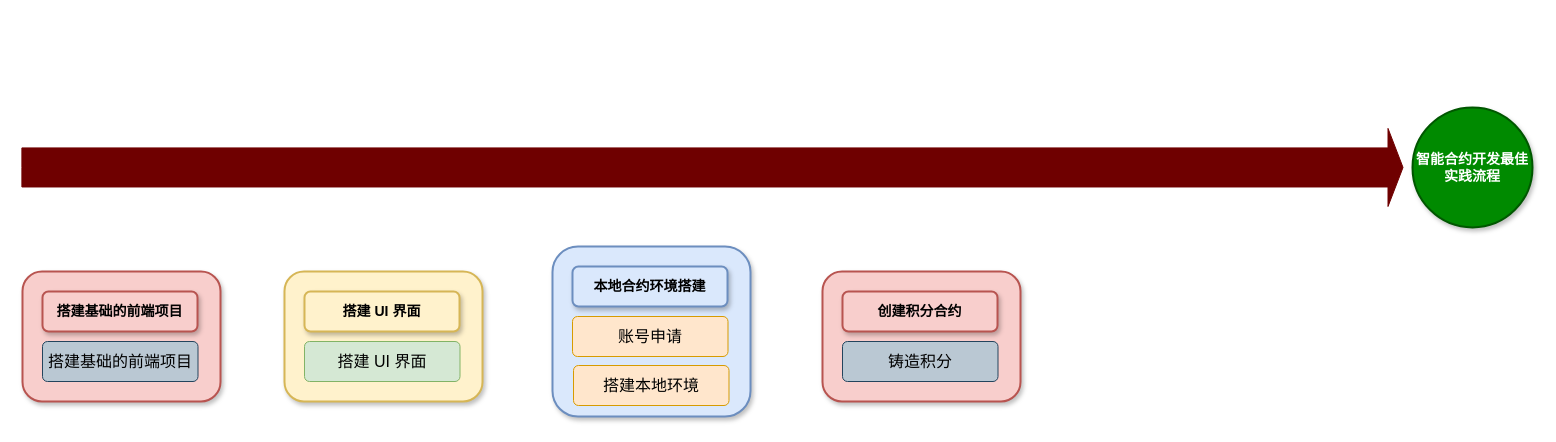
Before: Untitled Diagram.drawio in luuuuo/luuuuo_content, a draw.io diagram. Source tidied: cells renumbered, new cells numbered last; positions are measured from the earlier drawing's top-left corner, leaving out a move shared by most shapes. Both pictures are drawn from the tidied source at 100%, with x=0, y=0 at pixel (22, -524).
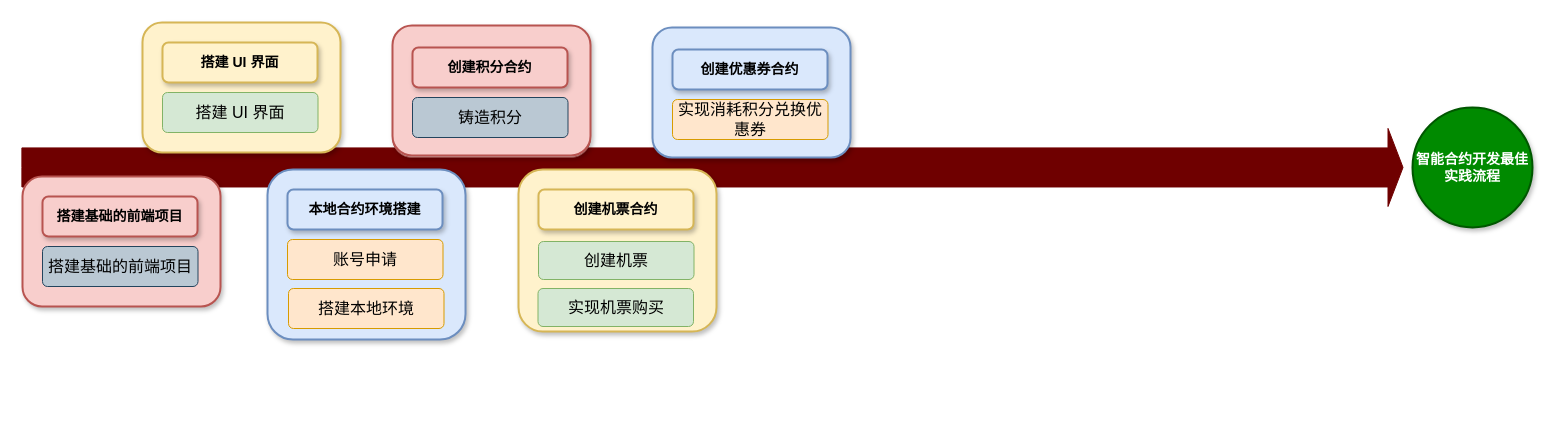
The same page after the edit.

Diff of the diagram source:
```diff
@@
     <mxCell id="4" style="group;" parent="1" vertex="1">
-      <mxGeometry x="262" y="795" width="198" height="130" as="geometry" />
+      <mxGeometry x="120" y="546" width="198" height="130" as="geometry" />
     </mxCell>
@@
     <mxCell id="8" style="group;" parent="1" vertex="1">
-      <mxGeometry y="795" width="198" height="130" as="geometry" />
+      <mxGeometry y="700" width="198" height="130" as="geometry" />
     </mxCell>
@@
     <mxCell id="12" style="group;fillColor=#dae8fc;strokeColor=#6c8ebf;rounded=1;" parent="1" vertex="1">
-      <mxGeometry x="530" y="770" width="198" height="170" as="geometry" />
+      <mxGeometry x="245" y="693" width="198" height="170" as="geometry" />
     </mxCell>
@@
     <mxCell id="16" value="搭建本地环境" style="html=1;shadow=0;dashed=0;shape=mxgraph.bootstrap.rrect;rSize=5;strokeColor=#d79b00;strokeWidth=1;fillColor=#ffe6cc;whiteSpace=wrap;align=center;verticalAlign=middle;spacingLeft=0;fontStyle=0;fontSize=16;spacing=5;" parent="1" vertex="1">
-      <mxGeometry x="551" y="889" width="155.5" height="40" as="geometry" />
+      <mxGeometry x="266" y="812" width="155.5" height="40" as="geometry" />
     </mxCell>
     <mxCell id="17" style="group;fillColor=#f8cecc;strokeColor=#b85450;rounded=1;" parent="1" vertex="1">
-      <mxGeometry x="800" y="795" width="198" height="130" as="geometry" />
+      <mxGeometry x="370" y="551" width="198" height="130" as="geometry" />
     </mxCell>
     <mxCell id="18" style="rounded=1;whiteSpace=wrap;html=1;shadow=1;strokeWidth=2;fontSize=14;fillColor=#f8cecc;strokeColor=#b85450;align=center;fontStyle=1;" parent="17" vertex="1">
-      <mxGeometry width="198" height="130" as="geometry" />
+      <mxGeometry y="-2" width="198" height="130" as="geometry" />
     </mxCell>
@@
+    <mxCell id="21" style="rounded=1;whiteSpace=wrap;html=1;shadow=1;strokeWidth=2;fontSize=14;fillColor=#fff2cc;strokeColor=#d6b656;align=center;fontStyle=1;" parent="1" vertex="1">
+      <mxGeometry x="496" y="693" width="198" height="162" as="geometry" />
+    </mxCell>
+    <mxCell id="22" value="创建机票合约" style="rounded=1;whiteSpace=wrap;html=1;shadow=1;strokeWidth=2;fontSize=14;fillColor=#fff2cc;strokeColor=#d6b656;align=center;fontStyle=1;" parent="1" vertex="1">
+      <mxGeometry x="516" y="713" width="155" height="40" as="geometry" />
+    </mxCell>
+    <mxCell id="23" value="创建机票" style="html=1;shadow=0;dashed=0;shape=mxgraph.bootstrap.rrect;rSize=5;strokeColor=#82b366;strokeWidth=1;fillColor=#d5e8d4;whiteSpace=wrap;align=center;verticalAlign=middle;spacingLeft=0;fontStyle=0;fontSize=16;spacing=5;" parent="1" vertex="1">
+      <mxGeometry x="516" y="765" width="155.5" height="38" as="geometry" />
+    </mxCell>
+    <mxCell id="24" value="实现机票购买" style="html=1;shadow=0;dashed=0;shape=mxgraph.bootstrap.rrect;rSize=5;strokeColor=#82b366;strokeWidth=1;fillColor=#d5e8d4;whiteSpace=wrap;align=center;verticalAlign=middle;spacingLeft=0;fontStyle=0;fontSize=16;spacing=5;" parent="1" vertex="1">
+      <mxGeometry x="515.5" y="812" width="155.5" height="38" as="geometry" />
+    </mxCell>
+    <mxCell id="25" style="rounded=1;whiteSpace=wrap;html=1;shadow=1;strokeWidth=2;fontSize=14;fillColor=#dae8fc;strokeColor=#6c8ebf;align=center;fontStyle=1;" parent="1" vertex="1">
+      <mxGeometry x="630" y="551" width="198" height="130" as="geometry" />
+    </mxCell>
+    <mxCell id="26" value="创建优惠券合约" style="rounded=1;whiteSpace=wrap;html=1;shadow=1;strokeWidth=2;fontSize=14;fillColor=#dae8fc;strokeColor=#6c8ebf;align=center;fontStyle=1;" parent="1" vertex="1">
+      <mxGeometry x="650" y="573" width="155" height="40" as="geometry" />
+    </mxCell>
+    <mxCell id="27" value="实现消耗积分兑换优惠券" style="html=1;shadow=0;dashed=0;shape=mxgraph.bootstrap.rrect;rSize=5;strokeColor=#d79b00;strokeWidth=1;fillColor=#ffe6cc;whiteSpace=wrap;align=center;verticalAlign=middle;spacingLeft=0;fontStyle=0;fontSize=16;spacing=5;" parent="1" vertex="1">
+      <mxGeometry x="650" y="623" width="155.5" height="40" as="geometry" />
+    </mxCell>
```
